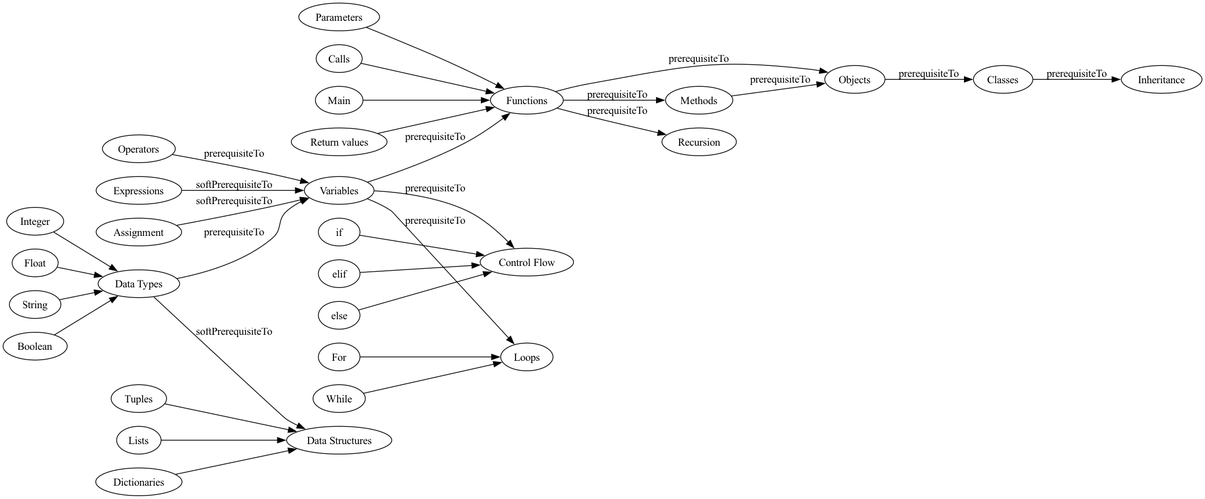
This is graphviz/PythonConceptGraph.png from ezrichards/concept-graph, a Graphviz export, as it was before one commit. Its source is kept beside it as graphviz/PythonConceptGraph.dot.
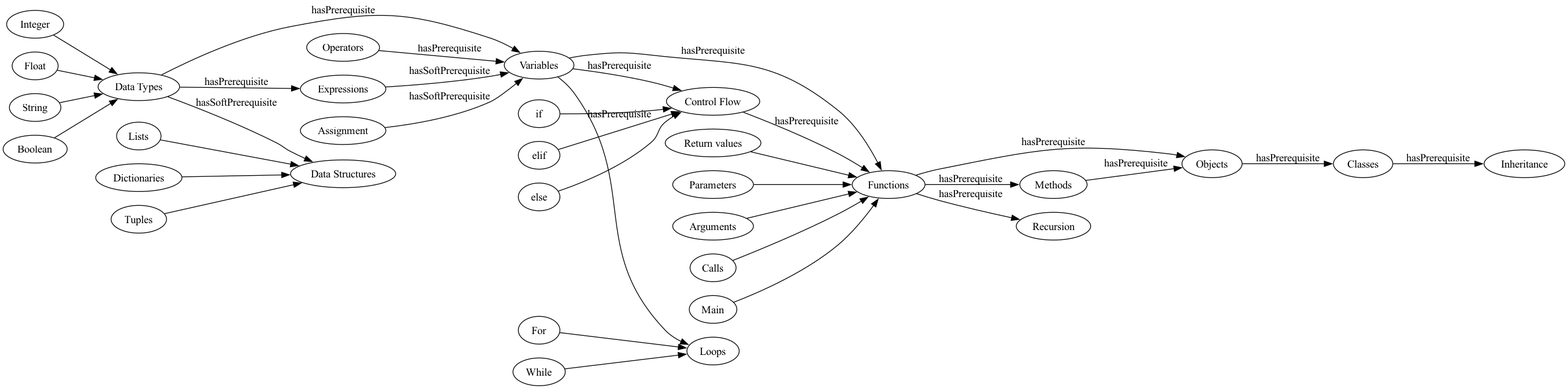
Above is the later version.

The edit, as a diff of the source:
```diff
@@ -8,28 +8,32 @@
    "Boolean" -> "Data Types";
 
    # nodes into variables
-   "Data Types" -> "Variables" [ label="prerequisiteTo" ];
-   "Operators" -> "Variables" [ label="prerequisiteTo" ];
-   "Expressions" -> "Variables" [ label="softPrerequisiteTo" ];
-   "Assignment" -> "Variables" [ label="softPrerequisiteTo" ];
+   "Data Types" -> "Variables" [ label="hasPrerequisite" ];
+   "Operators" -> "Variables" [ label="hasPrerequisite" ];
+   "Data Types" -> "Expressions" [ label="hasPrerequisite" ];
+   "Expressions" -> "Variables" [ label="hasSoftPrerequisite" ];
+   "Assignment" -> "Variables" [ label="hasSoftPrerequisite" ];
 
    # nodes away from variables
-   "Variables" -> "Functions" [ label="prerequisiteTo" ];
-   "Variables" -> "Control Flow" [ label="prerequisiteTo" ];
-   "Variables" -> "Loops" [ label="prerequisiteTo" ];
+   "Variables" -> "Functions" [ label="hasPrerequisite" ];
+   "Variables" -> "Control Flow" [ label="hasPrerequisite" ];
+   "Variables" -> "Loops" [ label="hasPrerequisite" ];
 
    # functions
-   "Functions" -> "Objects" [ label="prerequisiteTo" ];
-   "Functions" -> "Recursion" [ label="prerequisiteTo" ];
-   "Functions" -> "Methods" [ label="prerequisiteTo" ];
+   "Functions" -> "Objects" [ label="hasPrerequisite" ];
+   "Functions" -> "Recursion" [ label="hasPrerequisite" ];
+   "Functions" -> "Methods" [ label="hasPrerequisite" ];
 
-   "Methods" -> "Objects" [ label="prerequisiteTo" ];
+   "Methods" -> "Objects" [ label="hasPrerequisite" ];
 
    # functions children
    "Return values" -> "Functions";
    "Parameters" -> "Functions";
+   "Arguments" -> "Functions";
    "Calls" -> "Functions";
    "Main" -> "Functions";
+
+   "Control Flow" -> "Functions" [ label="hasPrerequisite" ];
 
    # loops children
    "While" -> "Loops"
@@ -41,13 +45,13 @@
    "else" -> "Control Flow"
 
    # objects & classes
-   "Objects" -> "Classes" [ label="prerequisiteTo" ];
-   "Classes" -> "Inheritance" [ label="prerequisiteTo" ];
+   "Objects" -> "Classes" [ label="hasPrerequisite" ];
+   "Classes" -> "Inheritance" [ label="hasPrerequisite" ];
 
    # data structures
    "Lists" -> "Data Structures"
    "Dictionaries" -> "Data Structures"
    "Tuples" -> "Data Structures"
 
-   "Data Types" -> "Data Structures" [ label="softPrerequisiteTo" ];
+   "Data Types" -> "Data Structures" [ label="hasSoftPrerequisite" ];
 }
```
